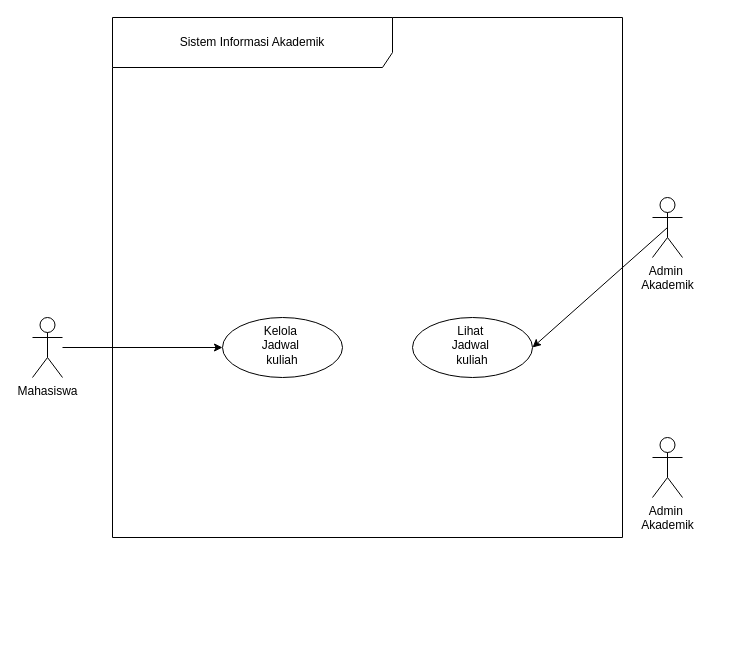
The draw.io diagram 03_latihan_tools/P03/SIA/P03_2406123_SIA_notasi_usecase_v01.drawio in LilCasyaa/IFRWP5149_2406123_LabAlat, before the edit. Source tidied: cells renumbered, new cells numbered last; positions are measured from the earlier drawing's top-left corner, leaving out a move shared by most shapes. Both pictures are drawn from the tidied source at 100%, with x=0, y=0 at pixel (32, 17).
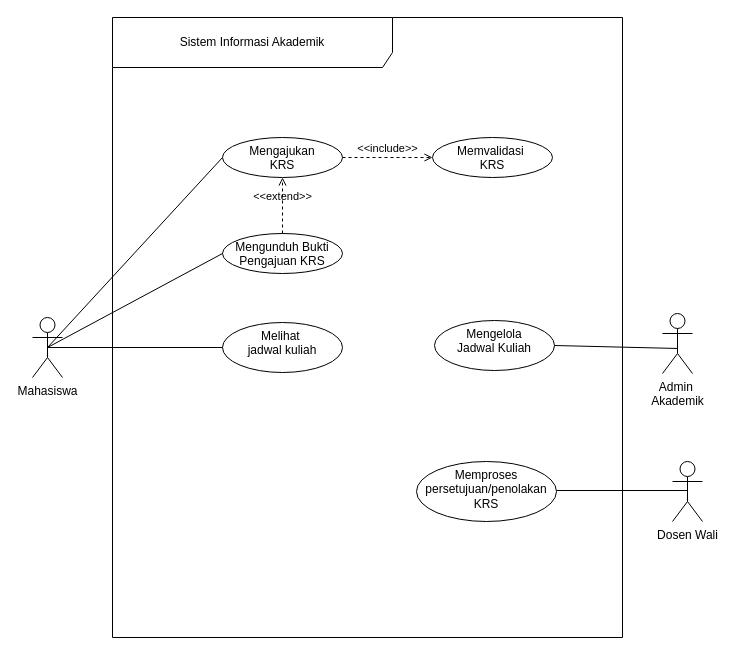
After the change.

The edit, as a diff of the source:
```diff
@@
 <mxGraphModel>
   <root>
     <mxCell id="0" />
     <mxCell id="1" parent="0" />
     <mxCell id="2" value="&lt;div style=&quot;&quot;&gt;&lt;span style=&quot;background-color: transparent;&quot;&gt;Sistem Informasi Akademik&lt;/span&gt;&lt;span style=&quot;background-color: transparent;&quot;&gt;&lt;br&gt;&lt;/span&gt;&lt;/div&gt;" style="shape=umlFrame;whiteSpace=wrap;html=1;width=280;height=50;align=center;" parent="1" vertex="1">
-      <mxGeometry x="80" width="510" height="520" as="geometry" />
+      <mxGeometry x="80" width="510" height="620" as="geometry" />
     </mxCell>
-    <mxCell id="3" value="Lihat&amp;nbsp;&lt;div&gt;Jadwal&amp;nbsp;&lt;/div&gt;&lt;div&gt;kuliah&lt;/div&gt;" style="whiteSpace=wrap;html=1;verticalAlign=top;shape=ellipse;perimeter=ellipsePerimeter;" parent="2" vertex="1">
-      <mxGeometry x="300" y="300" width="120" height="60" as="geometry" />
-    </mxCell>
-    <mxCell id="4" value="Kelola&amp;nbsp;&lt;div&gt;Jadwal&amp;nbsp;&lt;/div&gt;&lt;div&gt;kuliah&lt;/div&gt;" style="whiteSpace=wrap;html=1;verticalAlign=top;shape=ellipse;perimeter=ellipsePerimeter;" parent="2" vertex="1">
-      <mxGeometry x="110" y="300" width="120" height="60" as="geometry" />
-    </mxCell>
-    <mxCell id="5" style="edgeStyle=none;html=1;entryX=0;entryY=0.5;entryDx=0;entryDy=0;" parent="1" edge="1" source="6" target="4">
-      <mxGeometry relative="1" as="geometry" />
-    </mxCell>
+    <mxCell id="10" value="Mengelola&lt;div&gt;Jadwal Kuliah&lt;/div&gt;" style="whiteSpace=wrap;html=1;verticalAlign=top;shape=ellipse;perimeter=ellipsePerimeter;" parent="2" vertex="1">
+      <mxGeometry x="322" y="303" width="120" height="50" as="geometry" />
+    </mxCell>
+    <mxCell id="11" value="Melihat&amp;nbsp;&lt;div&gt;jadwal kuliah&lt;/div&gt;" style="whiteSpace=wrap;html=1;verticalAlign=top;shape=ellipse;perimeter=ellipsePerimeter;" parent="2" vertex="1">
+      <mxGeometry x="110" y="305" width="120" height="50" as="geometry" />
+    </mxCell>
+    <mxCell id="12" value="Mengunduh Bukti&lt;div&gt;Pengajuan KRS&lt;/div&gt;" style="whiteSpace=wrap;html=1;verticalAlign=top;shape=ellipse;perimeter=ellipsePerimeter;" parent="2" vertex="1">
+      <mxGeometry x="110" y="216" width="120" height="40" as="geometry" />
+    </mxCell>
+    <mxCell id="13" value="Memproses persetujuan/penolakan KRS" style="whiteSpace=wrap;html=1;verticalAlign=top;shape=ellipse;perimeter=ellipsePerimeter;" parent="2" vertex="1">
+      <mxGeometry x="304" y="444" width="140" height="60" as="geometry" />
+    </mxCell>
+    <mxCell id="14" value="Mengajukan&lt;div&gt;KRS&lt;/div&gt;" style="whiteSpace=wrap;html=1;verticalAlign=top;shape=ellipse;perimeter=ellipsePerimeter;" parent="2" vertex="1">
+      <mxGeometry x="110" y="120" width="120" height="40" as="geometry" />
+    </mxCell>
+    <mxCell id="15" value="Memvalidasi&amp;nbsp;&lt;div&gt;KRS&lt;/div&gt;" style="whiteSpace=wrap;html=1;verticalAlign=top;shape=ellipse;perimeter=ellipsePerimeter;" parent="2" vertex="1">
+      <mxGeometry x="320" y="120" width="120" height="40" as="geometry" />
+    </mxCell>
+    <mxCell id="16" value="&amp;lt;&amp;lt;include&amp;gt;&amp;gt;" style="html=1;verticalAlign=bottom;labelBackgroundColor=none;endArrow=open;endFill=0;dashed=1;exitX=1;exitY=0.5;exitDx=0;exitDy=0;entryX=0;entryY=0.5;entryDx=0;entryDy=0;" parent="2" edge="1" source="14" target="15">
+      <mxGeometry relative="1" as="geometry" />
+    </mxCell>
+    <mxCell id="17" value="&amp;lt;&amp;lt;extend&amp;gt;&amp;gt;" style="html=1;verticalAlign=bottom;labelBackgroundColor=none;endArrow=open;endFill=0;dashed=1;exitX=0.5;exitY=0;exitDx=0;exitDy=0;entryX=0.5;entryY=1;entryDx=0;entryDy=0;" parent="2" edge="1" source="12" target="14">
+      <mxGeometry relative="1" as="geometry" />
+    </mxCell>
+    <mxCell id="18" style="edgeStyle=none;html=1;entryX=0;entryY=0.5;entryDx=0;entryDy=0;exitX=0.5;exitY=0.5;exitDx=0;exitDy=0;exitPerimeter=0;endArrow=none;endFill=0;" parent="1" edge="1" source="6" target="11">
+      <mxGeometry relative="1" as="geometry" />
+    </mxCell>
+    <mxCell id="19" style="edgeStyle=none;html=1;exitX=0.5;exitY=0.5;exitDx=0;exitDy=0;exitPerimeter=0;entryX=0;entryY=0.5;entryDx=0;entryDy=0;endArrow=none;endFill=0;" parent="1" edge="1" source="6" target="14">
+      <mxGeometry relative="1" as="geometry" />
+    </mxCell>
+    <mxCell id="20" style="edgeStyle=none;html=1;exitX=0.5;exitY=0.5;exitDx=0;exitDy=0;exitPerimeter=0;entryX=0;entryY=0.5;entryDx=0;entryDy=0;endArrow=none;endFill=0;" parent="1" edge="1" source="6" target="12">
+      <mxGeometry relative="1" as="geometry" />
+    </mxCell>
     <mxCell id="6" value="Mahasiswa" style="shape=umlActor;verticalLabelPosition=bottom;verticalAlign=top;html=1;" parent="1" vertex="1">
       <mxGeometry y="300" width="30" height="60" as="geometry" />
     </mxCell>
-    <mxCell id="7" style="edgeStyle=none;html=1;exitX=0.5;exitY=0.5;exitDx=0;exitDy=0;exitPerimeter=0;entryX=1;entryY=0.5;entryDx=0;entryDy=0;" parent="1" edge="1" source="8" target="3">
-      <mxGeometry relative="1" as="geometry" />
-    </mxCell>
-    <mxCell id="8" value="Admin&amp;nbsp;&lt;div&gt;Akademik&lt;/div&gt;" style="shape=umlActor;verticalLabelPosition=bottom;verticalAlign=top;html=1;" parent="1" vertex="1">
-      <mxGeometry x="620" y="180" width="30" height="60" as="geometry" />
-    </mxCell>
-    <mxCell id="9" value="Admin&amp;nbsp;&lt;div&gt;Akademik&lt;/div&gt;" style="shape=umlActor;verticalLabelPosition=bottom;verticalAlign=top;html=1;" parent="1" vertex="1">
-      <mxGeometry x="620" y="420" width="30" height="60" as="geometry" />
-    </mxCell>
+    <mxCell id="21" style="edgeStyle=none;html=1;exitX=0.5;exitY=0.583;exitDx=0;exitDy=0;exitPerimeter=0;entryX=1;entryY=0.5;entryDx=0;entryDy=0;endArrow=none;endFill=0;" parent="1" edge="1" source="22" target="10">
+      <mxGeometry relative="1" as="geometry" />
+    </mxCell>
+    <mxCell id="22" value="Admin&amp;nbsp;&lt;div&gt;Akademik&lt;/div&gt;" style="shape=umlActor;verticalLabelPosition=bottom;verticalAlign=top;html=1;" parent="1" vertex="1">
+      <mxGeometry x="630" y="296" width="30" height="60" as="geometry" />
+    </mxCell>
+    <mxCell id="23" value="Dosen Wali" style="shape=umlActor;verticalLabelPosition=bottom;verticalAlign=top;html=1;" parent="1" vertex="1">
+      <mxGeometry x="640" y="444" width="30" height="60" as="geometry" />
+    </mxCell>
+    <mxCell id="24" style="edgeStyle=none;html=1;exitX=1;exitY=0.5;exitDx=0;exitDy=0;entryX=0.5;entryY=0.5;entryDx=0;entryDy=0;entryPerimeter=0;endArrow=none;endFill=0;" parent="1" edge="1">
+      <mxGeometry relative="1" as="geometry">
+        <mxPoint x="524" y="473" as="sourcePoint" />
+        <mxPoint x="655" y="473" as="targetPoint" />
+      </mxGeometry>
+    </mxCell>
   </root>
 </mxGraphModel>
```
